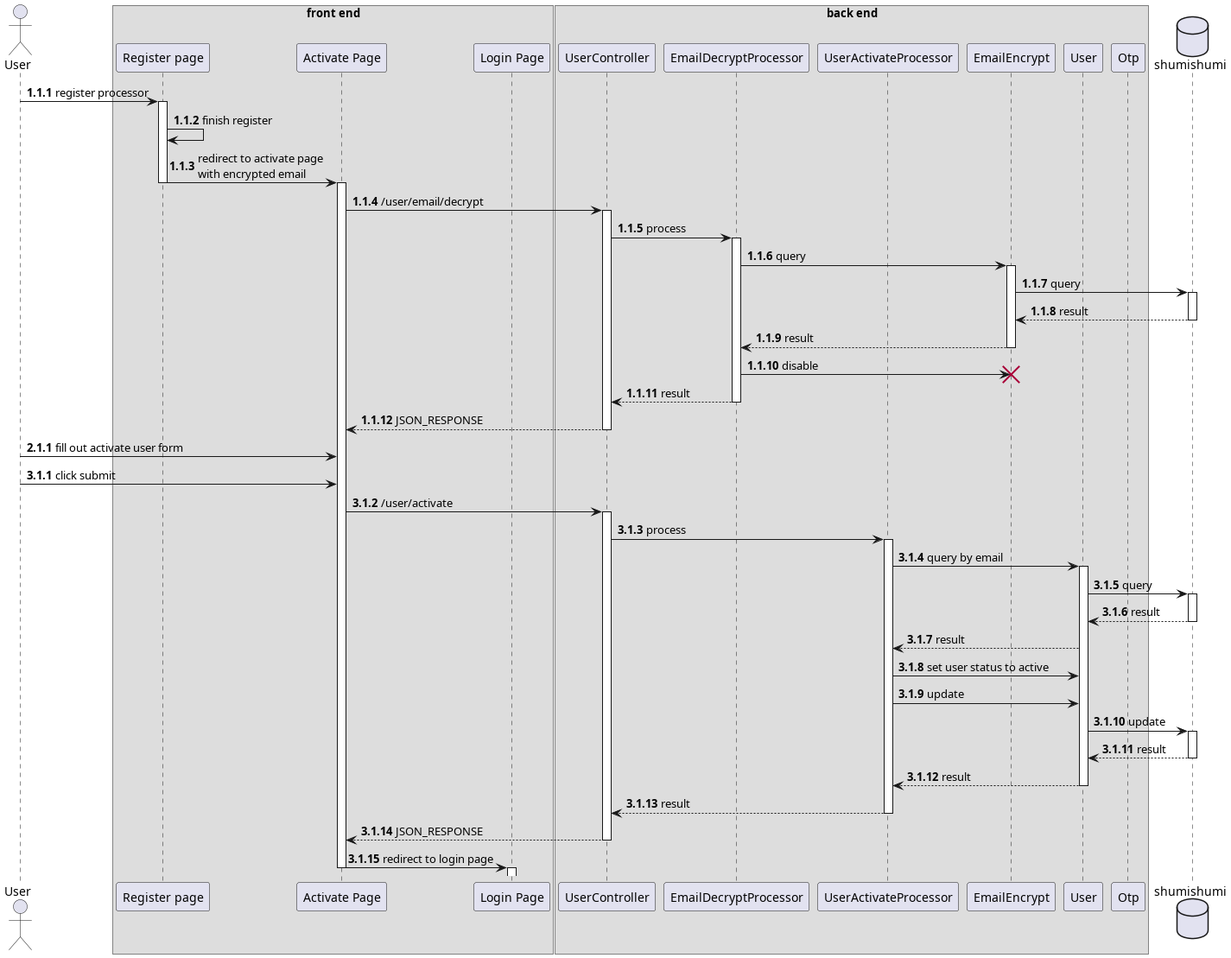
Before: thesis/latex/diagram/sequence diagram/2. activate/activate user.png, a diagram exported from PlantUML (aldihsuhandi/skripsi-2023). Its diagram source:
```plantuml
@startuml activate
autonumber 1.1.1

actor User as u

box "front end"
participant "Register page" as register
participant "Activate Page" as active
participant "Login Page" as login
end box
box "back end"
participant "UserController" as userc

participant "EmailDecryptProcessor" as decproc

participant "UserActivateProcessor" as proc

participant "EmailEncrypt" as eem
participant "User" as um
participant "Otp" as om
end box

database shumishumi as db

u -> register++ : register processor
register -> register : finish register
register -> active--++ : redirect to activate page\nwith encrypted email


active -> userc++ : /user/email/decrypt
userc -> decproc++ : process
decproc -> eem++ : query
eem -> db++ : query
return result
return result
decproc -> eem !! : disable

return result
return JSON_RESPONSE

autonumber inc a
u -> active : fill out activate user form
autonumber inc a
u -> active : click submit

active -> userc++ : /user/activate
userc -> proc++ : process

proc -> um++ : query by email
um -> db++ : query
return result
proc <-- um : result

proc -> um : set user status to active
proc -> um : update
um -> db++ : update
return result
return result
return result

return JSON_RESPONSE

active -> login--++ : redirect to login page

@enduml
```
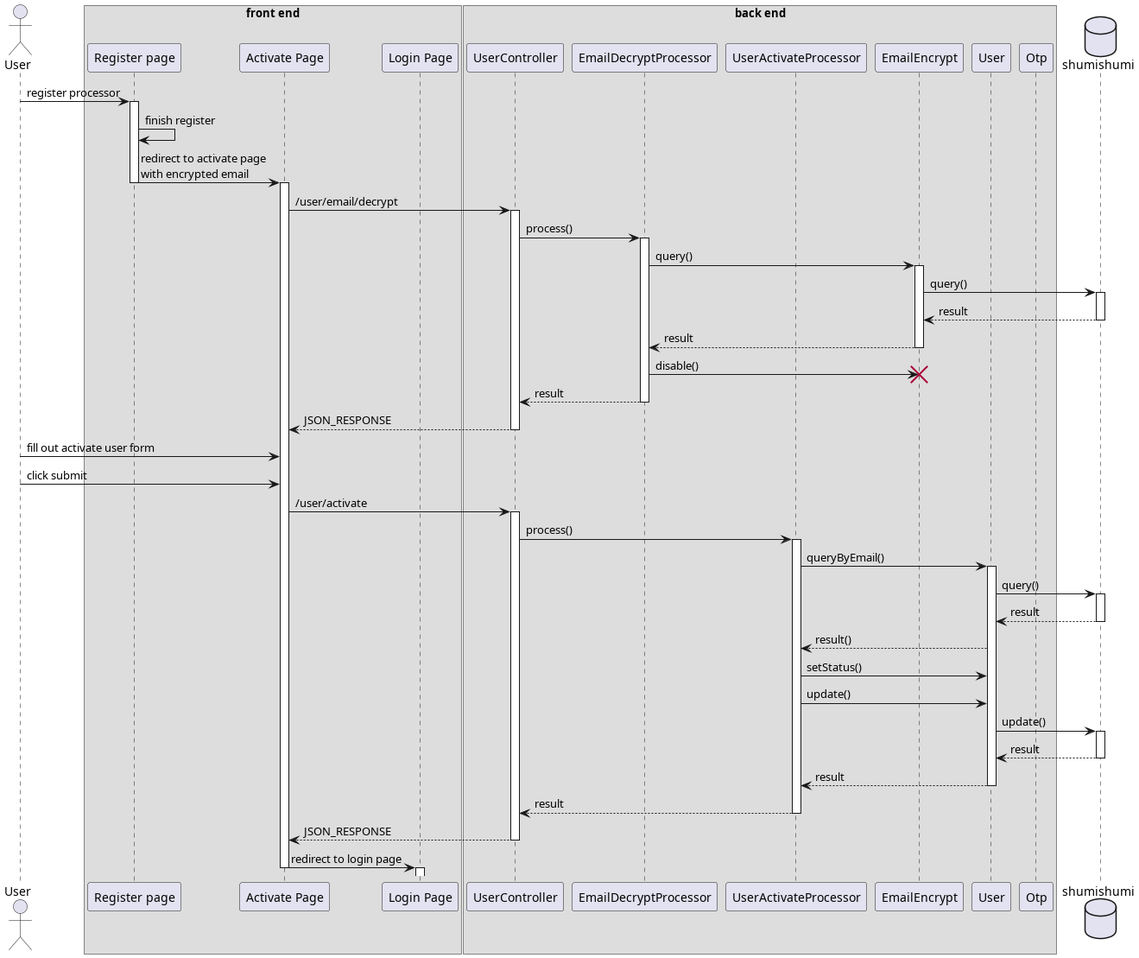
Later version of the same file.

What changed in the source:
```diff
@@ -1,5 +1,4 @@
 @startuml activate
-autonumber 1.1.1
 
 actor User as u
 
@@ -28,32 +27,30 @@
 
 
 active -> userc++ : /user/email/decrypt
-userc -> decproc++ : process
-decproc -> eem++ : query
-eem -> db++ : query
+userc -> decproc++ : process()
+decproc -> eem++ : query()
+eem -> db++ : query()
 return result
 return result
-decproc -> eem !! : disable
+decproc -> eem !! : disable()
 
 return result
 return JSON_RESPONSE
 
-autonumber inc a
 u -> active : fill out activate user form
-autonumber inc a
 u -> active : click submit
 
 active -> userc++ : /user/activate
-userc -> proc++ : process
+userc -> proc++ : process()
 
-proc -> um++ : query by email
-um -> db++ : query
+proc -> um++ : queryByEmail()
+um -> db++ : query()
 return result
-proc <-- um : result
+proc <-- um : result()
 
-proc -> um : set user status to active
-proc -> um : update
-um -> db++ : update
+proc -> um : setStatus()
+proc -> um : update()
+um -> db++ : update()
 return result
 return result
 return result
```
